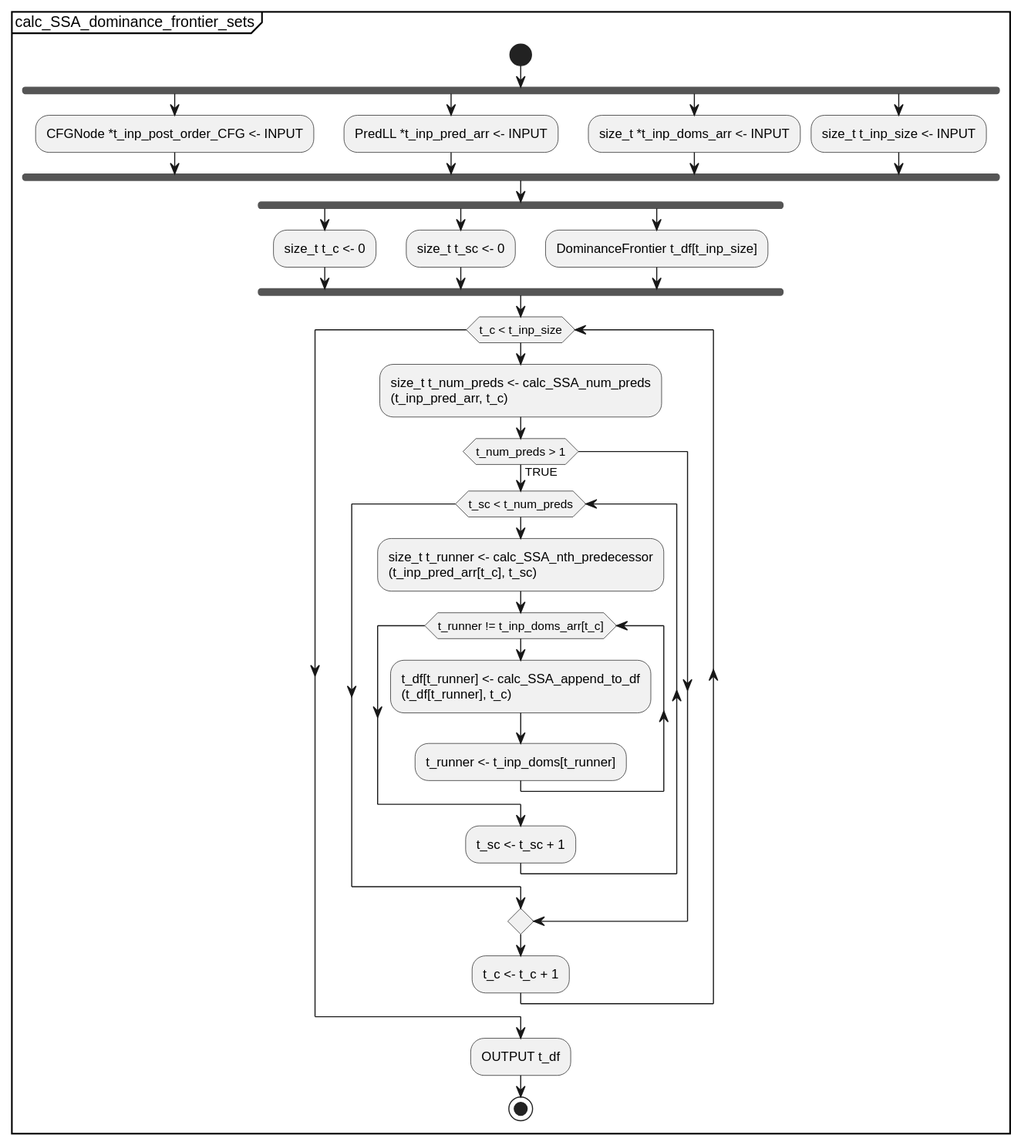
Before: docs/UML/Single_Static_Assignment_Generation_Scheme/submodules/svg/calc_SSA_dominance_frontier_sets.svg, a diagram exported from PlantUML (KeithCBrett/Python-Compiler).
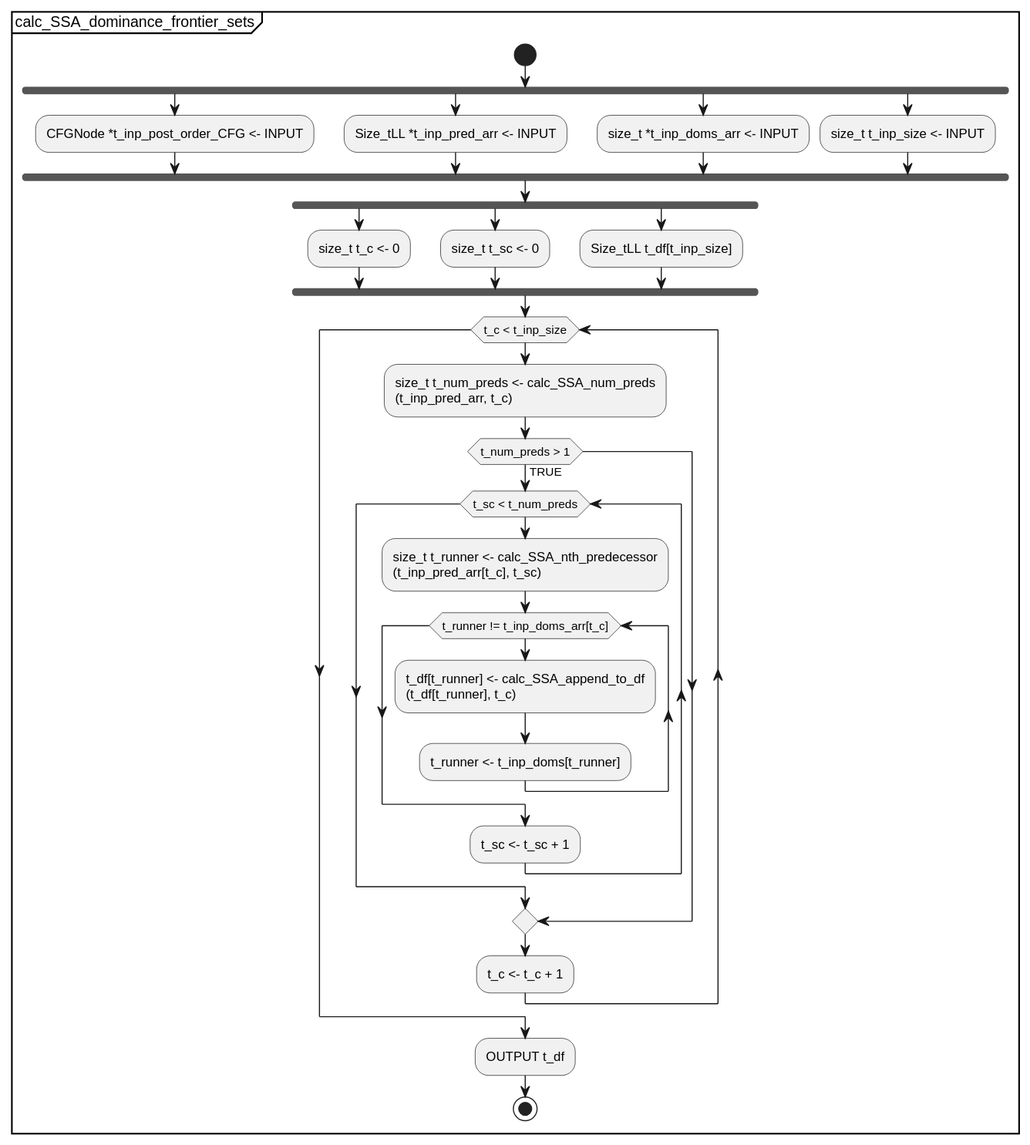
After the commit.

The edit, as a diff of the source:
```diff
@@ -4,7 +4,7 @@
     fork
         :CFGNode *t_inp_post_order_CFG <- INPUT;
     fork again
-        :PredLL *t_inp_pred_arr <- INPUT;
+        :Size_tLL *t_inp_pred_arr <- INPUT;
     fork again
         :size_t *t_inp_doms_arr <- INPUT;
     fork again
@@ -15,7 +15,7 @@
     fork again
         :size_t t_sc <- 0;
     fork again
-        :DominanceFrontier t_df[t_inp_size];
+        :Size_tLL t_df[t_inp_size];
     fork end
     while (t_c < t_inp_size)
         :size_t t_num_preds <- calc_SSA_num_preds
```
